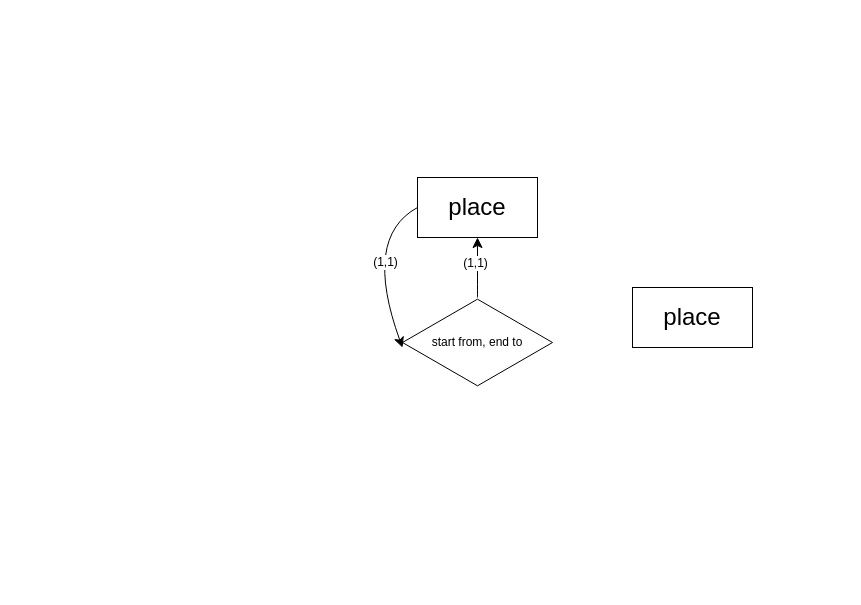
turswiming/drawio_file keeps this draw.io diagram as databasemgrCourse/assignment1.drawio. Above is the earlier version. Source tidied: cells renumbered, new cells numbered last; positions are measured from the earlier drawing's top-left corner, leaving out a move shared by most shapes. Both pictures are drawn from the tidied source at 100%, with x=0, y=0 at pixel (362, 177).
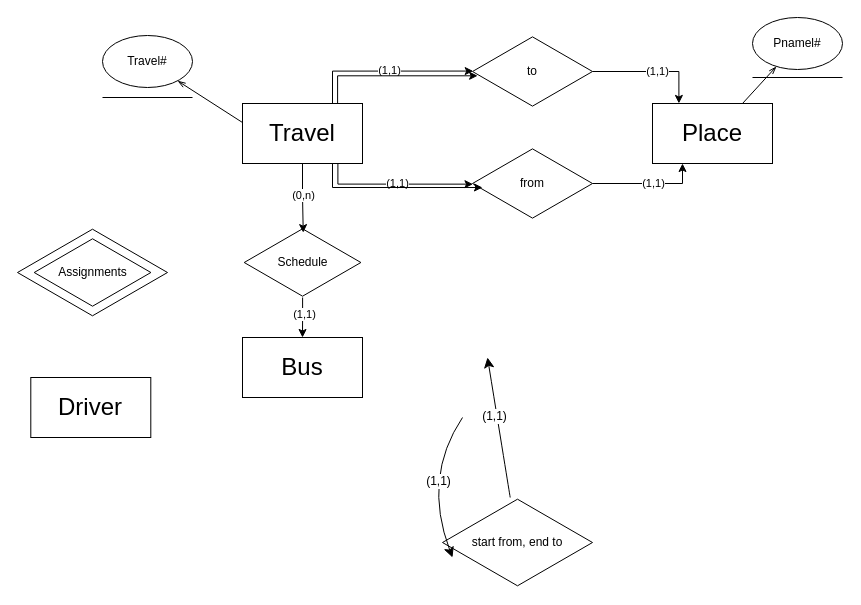
The same page after the edit.

The edit, as a diff of the source:
```diff
@@
-    <mxCell id="2" value="&lt;font style=&quot;font-size: 24px;&quot;&gt;place&lt;/font&gt;" style="rounded=0;whiteSpace=wrap;html=1;" parent="1" vertex="1">
-      <mxGeometry x="55" width="120" height="60" as="geometry" />
-    </mxCell>
-    <mxCell id="3" value="&lt;font style=&quot;font-size: 24px;&quot;&gt;place&lt;/font&gt;" style="rounded=0;whiteSpace=wrap;html=1;" parent="1" vertex="1">
-      <mxGeometry x="270" y="110" width="120" height="60" as="geometry" />
+    <mxCell id="3" value="&lt;font style=&quot;font-size: 24px;&quot;&gt;Bus&lt;/font&gt;" style="rounded=0;whiteSpace=wrap;html=1;" parent="1" vertex="1">
+      <mxGeometry x="-120" y="160" width="120" height="60" as="geometry" />
     </mxCell>
-    <mxCell id="4" style="edgeStyle=none;curved=1;rounded=0;jettySize=auto;html=1;fontSize=12;startSize=8;endSize=8;" parent="1" edge="1" source="6" target="2">
-      <mxGeometry relative="1" as="geometry" />
+    <mxCell id="4" style="edgeStyle=none;curved=1;rounded=0;jettySize=auto;html=1;fontSize=12;startSize=8;endSize=8;" parent="1" edge="1" source="6">
+      <mxGeometry relative="1" as="geometry">
+        <mxPoint x="125" y="180" as="targetPoint" />
+      </mxGeometry>
     </mxCell>
@@
     <mxCell id="6" value="start from, end to" style="html=1;whiteSpace=wrap;shape=isoRectangle;" parent="1" vertex="1">
-      <mxGeometry x="40" y="120" width="150" height="90" as="geometry" />
+      <mxGeometry x="80" y="320" width="150" height="90" as="geometry" />
     </mxCell>
-    <mxCell id="7" style="edgeStyle=none;curved=1;rounded=0;jettySize=auto;html=1;entryX=0;entryY=0.556;entryDx=0;entryDy=0;entryPerimeter=0;fontSize=12;startSize=8;endSize=8;exitX=0;exitY=0.5;exitDx=0;exitDy=0;" parent="1" edge="1" source="2" target="6">
+    <mxCell id="7" style="edgeStyle=none;curved=1;rounded=0;orthogonalLoop=1;jettySize=auto;html=1;entryX=0;entryY=0.556;entryDx=0;entryDy=0;entryPerimeter=0;fontSize=12;startSize=8;endSize=8;" parent="1" edge="1">
       <mxGeometry relative="1" as="geometry">
+        <mxPoint x="100" y="240" as="sourcePoint" />
+        <mxPoint x="90" y="380" as="targetPoint" />
         <Array as="points">
-          <mxPoint y="60" />
+          <mxPoint x="60" y="300" />
         </Array>
       </mxGeometry>
     </mxCell>
@@
+    <mxCell id="10" value="&lt;font style=&quot;font-size: 24px;&quot;&gt;Travel&lt;/font&gt;" style="rounded=0;whiteSpace=wrap;html=1;" parent="1" vertex="1">
+      <mxGeometry x="-120" y="-74" width="120" height="60" as="geometry" />
+    </mxCell>
+    <mxCell id="11" value="&lt;font style=&quot;font-size: 24px;&quot;&gt;Place&lt;/font&gt;" style="rounded=0;whiteSpace=wrap;html=1;" parent="1" vertex="1">
+      <mxGeometry x="290" y="-74" width="120" height="60" as="geometry" />
+    </mxCell>
+    <mxCell id="12" value="&lt;font style=&quot;font-size: 24px;&quot;&gt;Driver&lt;/font&gt;" style="rounded=0;whiteSpace=wrap;html=1;" parent="1" vertex="1">
+      <mxGeometry x="-331.7" y="200" width="120" height="60" as="geometry" />
+    </mxCell>
+    <mxCell id="13" style="edgeStyle=orthogonalEdgeStyle;rounded=0;jettySize=auto;html=1;entryX=0.25;entryY=1;entryDx=0;entryDy=0;" parent="1" edge="1" source="15" target="11">
+      <mxGeometry relative="1" as="geometry" />
+    </mxCell>
+    <mxCell id="14" value="(1,1)" style="edgeLabel;html=1;align=center;verticalAlign=middle;" parent="13" vertex="1">
+      <mxGeometry x="0.09" y="1" relative="1" as="geometry" />
+    </mxCell>
+    <mxCell id="15" value="from" style="html=1;whiteSpace=wrap;shape=isoRectangle;" parent="1" vertex="1">
+      <mxGeometry x="110" y="-30" width="120" height="72" as="geometry" />
+    </mxCell>
+    <mxCell id="16" style="edgeStyle=orthogonalEdgeStyle;rounded=0;jettySize=auto;html=1;entryX=0.004;entryY=0.509;entryDx=0;entryDy=0;entryPerimeter=0;exitX=0.795;exitY=0.995;exitDx=0;exitDy=0;exitPerimeter=0;" parent="1" edge="1" source="10" target="15">
+      <mxGeometry relative="1" as="geometry">
+        <Array as="points">
+          <mxPoint x="-25" y="6" />
+          <mxPoint x="111" y="6" />
+        </Array>
+      </mxGeometry>
+    </mxCell>
+    <mxCell id="17" value="(1,1)" style="edgeLabel;html=1;align=center;verticalAlign=middle;" parent="16" vertex="1">
+      <mxGeometry x="0.03" y="1" relative="1" as="geometry" />
+    </mxCell>
+    <mxCell id="18" style="edgeStyle=orthogonalEdgeStyle;rounded=0;jettySize=auto;html=1;entryX=0.083;entryY=0.556;entryDx=0;entryDy=0;entryPerimeter=0;exitX=0.75;exitY=1;exitDx=0;exitDy=0;" parent="1" edge="1" source="10" target="15">
+      <mxGeometry relative="1" as="geometry">
+        <Array as="points">
+          <mxPoint x="-30" y="10" />
+        </Array>
+      </mxGeometry>
+    </mxCell>
+    <mxCell id="19" style="edgeStyle=orthogonalEdgeStyle;rounded=0;jettySize=auto;html=1;entryX=0.22;entryY=-0.001;entryDx=0;entryDy=0;entryPerimeter=0;" parent="1" edge="1" source="21" target="11">
+      <mxGeometry relative="1" as="geometry" />
+    </mxCell>
+    <mxCell id="20" value="(1,1)" style="edgeLabel;html=1;align=center;verticalAlign=middle;" parent="19" vertex="1">
+      <mxGeometry x="0.09" y="1" relative="1" as="geometry" />
+    </mxCell>
+    <mxCell id="21" value="to" style="html=1;whiteSpace=wrap;shape=isoRectangle;" parent="1" vertex="1">
+      <mxGeometry x="110" y="-142" width="120" height="72" as="geometry" />
+    </mxCell>
+    <mxCell id="22" style="edgeStyle=orthogonalEdgeStyle;rounded=0;jettySize=auto;html=1;entryX=0.006;entryY=0.494;entryDx=0;entryDy=0;entryPerimeter=0;exitX=0.75;exitY=0;exitDx=0;exitDy=0;" parent="1" edge="1" source="10" target="21">
+      <mxGeometry relative="1" as="geometry" />
+    </mxCell>
+    <mxCell id="23" value="(1,1)" style="edgeLabel;html=1;align=center;verticalAlign=middle;" parent="22" vertex="1">
+      <mxGeometry x="0.03" y="1" relative="1" as="geometry" />
+    </mxCell>
+    <mxCell id="24" style="edgeStyle=orthogonalEdgeStyle;rounded=0;orthogonalLoop=1;jettySize=auto;html=1;entryX=0.083;entryY=0.556;entryDx=0;entryDy=0;entryPerimeter=0;exitX=0.824;exitY=-0.005;exitDx=0;exitDy=0;exitPerimeter=0;" parent="1" edge="1">
+      <mxGeometry relative="1" as="geometry">
+        <mxPoint x="-26" y="-74" as="sourcePoint" />
+        <mxPoint x="115.1" y="-101.7" as="targetPoint" />
+        <Array as="points">
+          <mxPoint x="-24.9" y="-73.7" />
+          <mxPoint x="-24.9" y="-101.7" />
+        </Array>
+      </mxGeometry>
+    </mxCell>
+    <mxCell id="25" value="Travel#" style="ellipse;whiteSpace=wrap;html=1;" parent="1" vertex="1">
+      <mxGeometry x="-260" y="-142" width="90" height="52" as="geometry" />
+    </mxCell>
+    <mxCell id="26" style="rounded=0;jettySize=auto;html=1;entryX=0;entryY=0.317;entryDx=0;entryDy=0;entryPerimeter=0;endArrow=none;endFill=0;startArrow=openThin;startFill=0;" parent="1" edge="1" source="25" target="10">
+      <mxGeometry relative="1" as="geometry" />
+    </mxCell>
+    <mxCell id="27" value="Pnamel#" style="ellipse;whiteSpace=wrap;html=1;" parent="1" vertex="1">
+      <mxGeometry x="390" y="-160" width="90" height="52" as="geometry" />
+    </mxCell>
+    <mxCell id="28" style="rounded=0;jettySize=auto;html=1;entryX=0.75;entryY=0;entryDx=0;entryDy=0;endArrow=none;endFill=0;startArrow=openThin;startFill=0;" parent="1" edge="1" source="27" target="11">
+      <mxGeometry relative="1" as="geometry" />
+    </mxCell>
+    <mxCell id="29" style="endArrow=none;html=1;rounded=0;" parent="1" edge="1">
+      <mxGeometry relative="1" as="geometry">
+        <mxPoint x="390" y="-100" as="sourcePoint" />
+        <mxPoint x="480" y="-100" as="targetPoint" />
+      </mxGeometry>
+    </mxCell>
+    <mxCell id="30" style="endArrow=none;html=1;rounded=0;" parent="1" edge="1">
+      <mxGeometry relative="1" as="geometry">
+        <mxPoint x="-260" y="-80" as="sourcePoint" />
+        <mxPoint x="-170" y="-80" as="targetPoint" />
+      </mxGeometry>
+    </mxCell>
+    <mxCell id="31" style="html=1;whiteSpace=wrap;shape=isoRectangle;" parent="1" vertex="1">
+      <mxGeometry x="-345" y="50" width="150" height="90" as="geometry" />
+    </mxCell>
+    <mxCell id="32" value="Assignments" style="html=1;whiteSpace=wrap;shape=isoRectangle;" parent="1" vertex="1">
+      <mxGeometry x="-328.3" y="60" width="116.7" height="70" as="geometry" />
+    </mxCell>
+    <mxCell id="33" style="edgeStyle=orthogonalEdgeStyle;rounded=0;jettySize=auto;html=1;entryX=0.5;entryY=0;entryDx=0;entryDy=0;" parent="1" edge="1" source="35" target="3">
+      <mxGeometry relative="1" as="geometry" />
+    </mxCell>
+    <mxCell id="34" value="(1,1)" style="edgeLabel;html=1;align=center;verticalAlign=middle;" parent="33" vertex="1">
+      <mxGeometry x="-0.2" y="1" relative="1" as="geometry" />
+    </mxCell>
+    <mxCell id="35" value="Schedule" style="html=1;whiteSpace=wrap;shape=isoRectangle;" parent="1" vertex="1">
+      <mxGeometry x="-118.3" y="50" width="116.7" height="70" as="geometry" />
+    </mxCell>
+    <mxCell id="36" style="edgeStyle=orthogonalEdgeStyle;rounded=0;jettySize=auto;html=1;entryX=0.506;entryY=0.073;entryDx=0;entryDy=0;entryPerimeter=0;" parent="1" edge="1" source="10" target="35">
+      <mxGeometry relative="1" as="geometry" />
+    </mxCell>
+    <mxCell id="37" value="(0,n)" style="edgeLabel;html=1;align=center;verticalAlign=middle;" parent="36" vertex="1">
+      <mxGeometry x="-0.1" relative="1" as="geometry" />
+    </mxCell>
```
